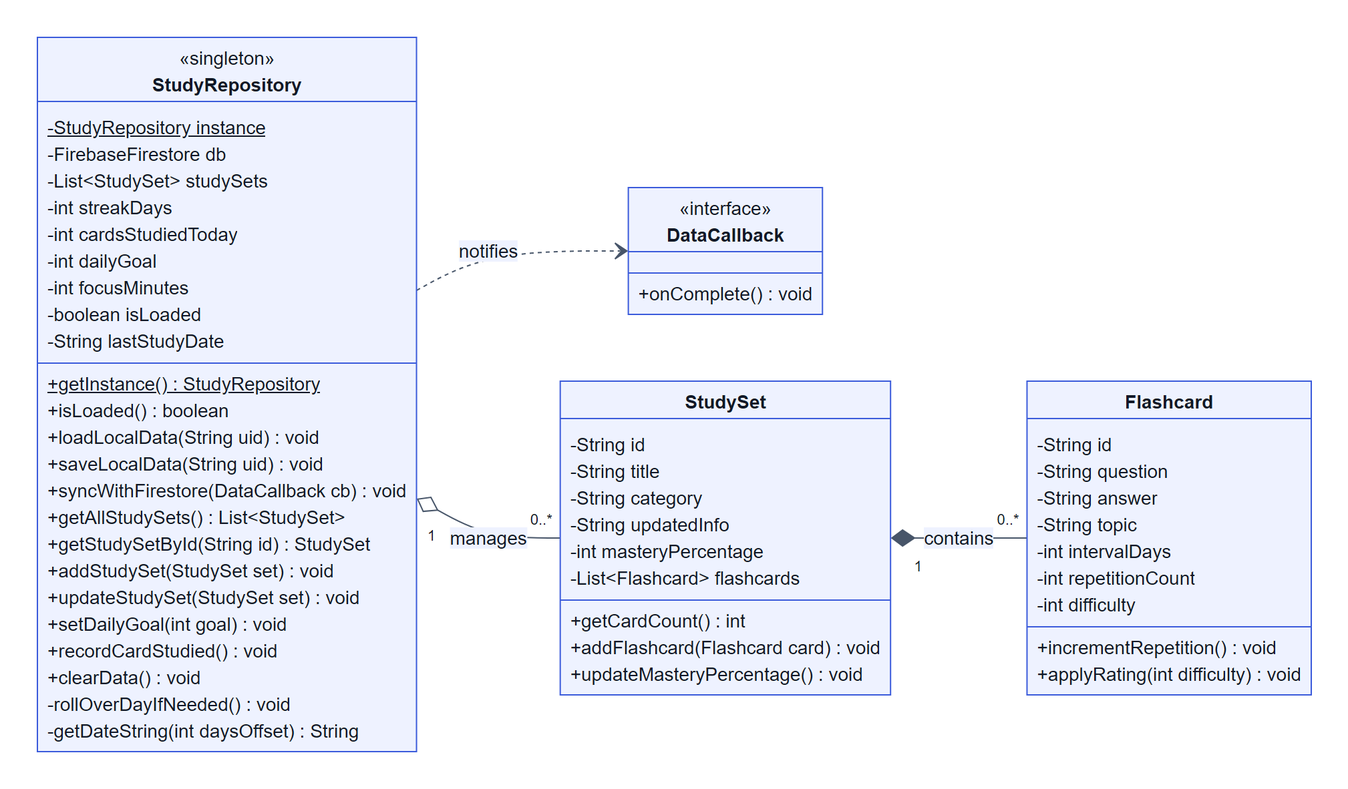
This is planning_doc/diagrams/data_layer.png from yaheli-mil/SnapStudy, a Mermaid export, as it was before one commit. Its source is kept beside it as planning_doc/diagrams/data_layer.mmd.
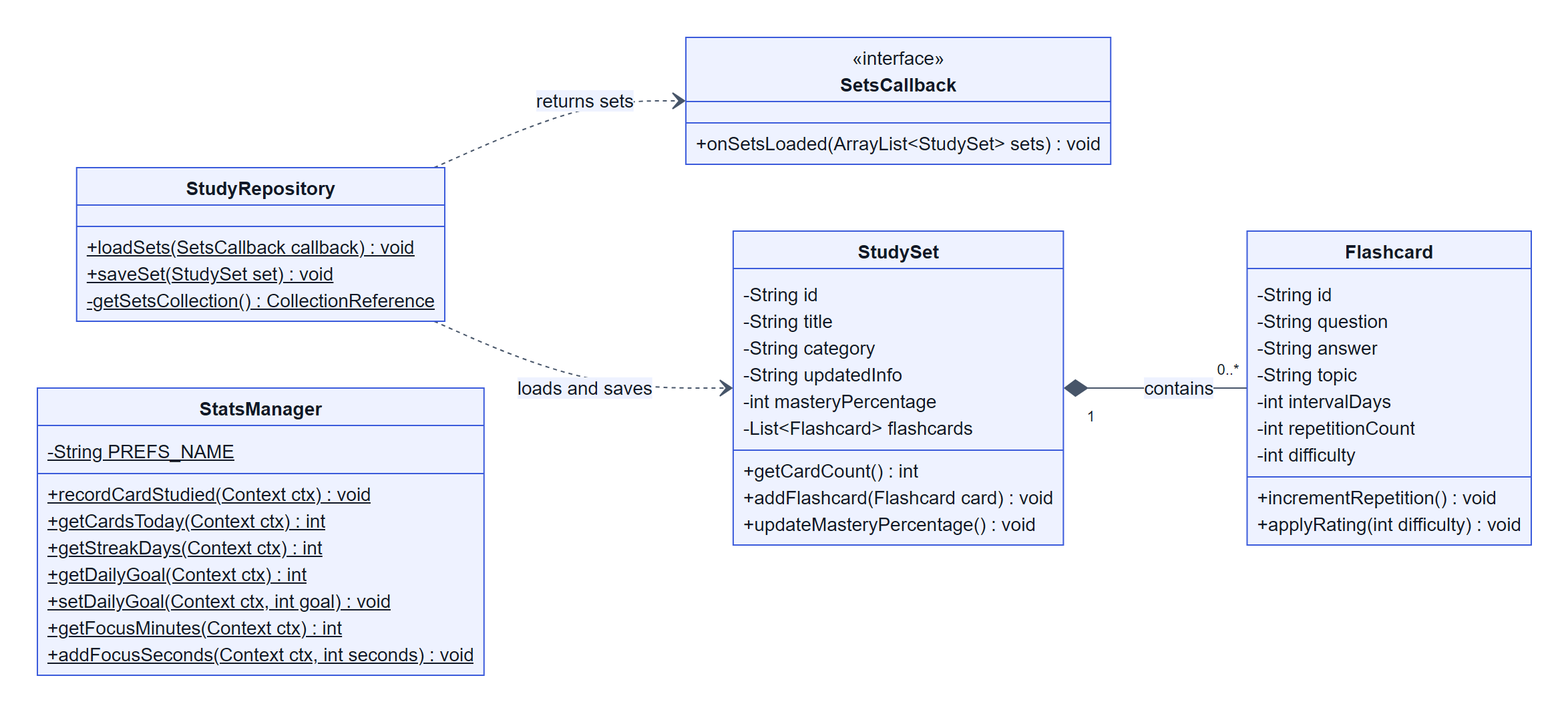
Above is the later version.

Diff of the diagram source:
```diff
@@ -1,34 +1,23 @@
 classDiagram
   direction LR
   class StudyRepository {
-    <<singleton>>
-    -StudyRepository instance$
-    -FirebaseFirestore db
-    -List~StudySet~ studySets
-    -int streakDays
-    -int cardsStudiedToday
-    -int dailyGoal
-    -int focusMinutes
-    -boolean isLoaded
-    -String lastStudyDate
-    +getInstance()$ StudyRepository
-    +isLoaded() boolean
-    +loadLocalData(String uid) void
-    +saveLocalData(String uid) void
-    +syncWithFirestore(DataCallback cb) void
-    +getAllStudySets() List~StudySet~
-    +getStudySetById(String id) StudySet
-    +addStudySet(StudySet set) void
-    +updateStudySet(StudySet set) void
-    +setDailyGoal(int goal) void
-    +recordCardStudied() void
-    +clearData() void
-    -rollOverDayIfNeeded() void
-    -getDateString(int daysOffset) String
+    +loadSets(SetsCallback callback)$ void
+    +saveSet(StudySet set)$ void
+    -getSetsCollection()$ CollectionReference
   }
-  class DataCallback {
+  class SetsCallback {
     <<interface>>
-    +onComplete() void
+    +onSetsLoaded(ArrayList~StudySet~ sets) void
+  }
+  class StatsManager {
+    -String PREFS_NAME$
+    +recordCardStudied(Context ctx)$ void
+    +getCardsToday(Context ctx)$ int
+    +getStreakDays(Context ctx)$ int
+    +getDailyGoal(Context ctx)$ int
+    +setDailyGoal(Context ctx, int goal)$ void
+    +getFocusMinutes(Context ctx)$ int
+    +addFocusSeconds(Context ctx, int seconds)$ void
   }
   class StudySet {
     -String id
@@ -52,6 +41,6 @@
     +incrementRepetition() void
     +applyRating(int difficulty) void
   }
-  StudyRepository "1" o-- "0..*" StudySet : manages
+  StudyRepository ..> StudySet : loads and saves
+  StudyRepository ..> SetsCallback : returns sets
   StudySet "1" *-- "0..*" Flashcard : contains
-  StudyRepository ..> DataCallback : notifies
```
